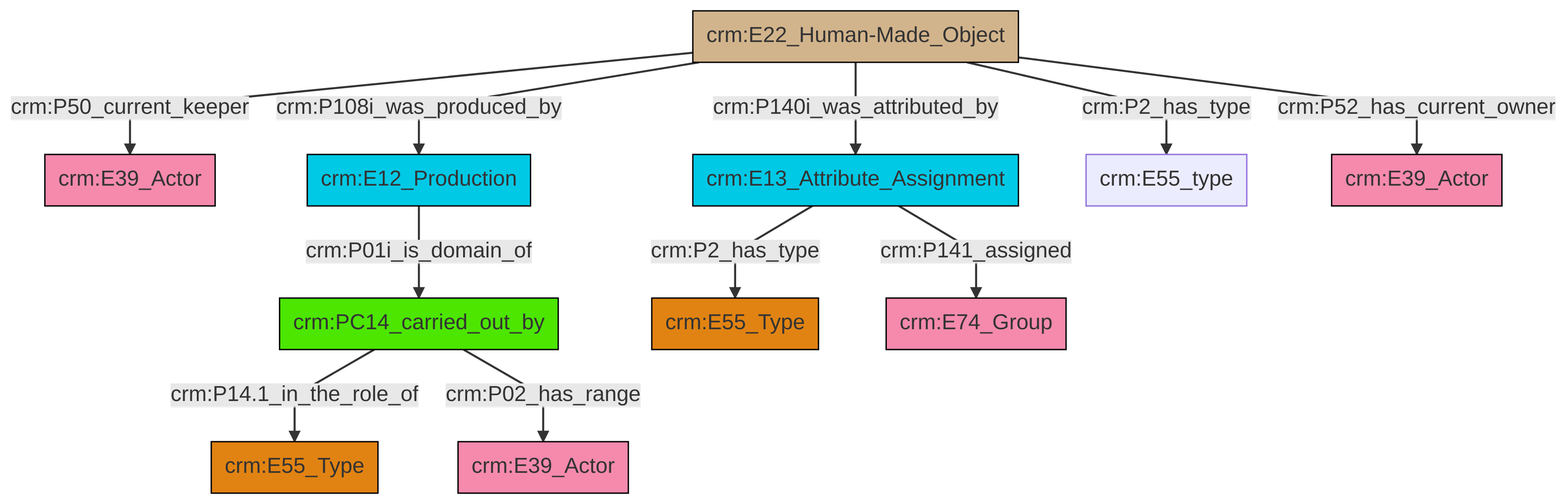
This is et/artworkCSV/ttl/mmd/png/Artwork_Actor_Relations.png from swiss-art-research-net/reference-data-models, a Mermaid export, as it was before one commit. Its source is kept beside it as et/artworkCSV/ttl/mmd/Artwork_Actor_Relations.ttl.mmd.
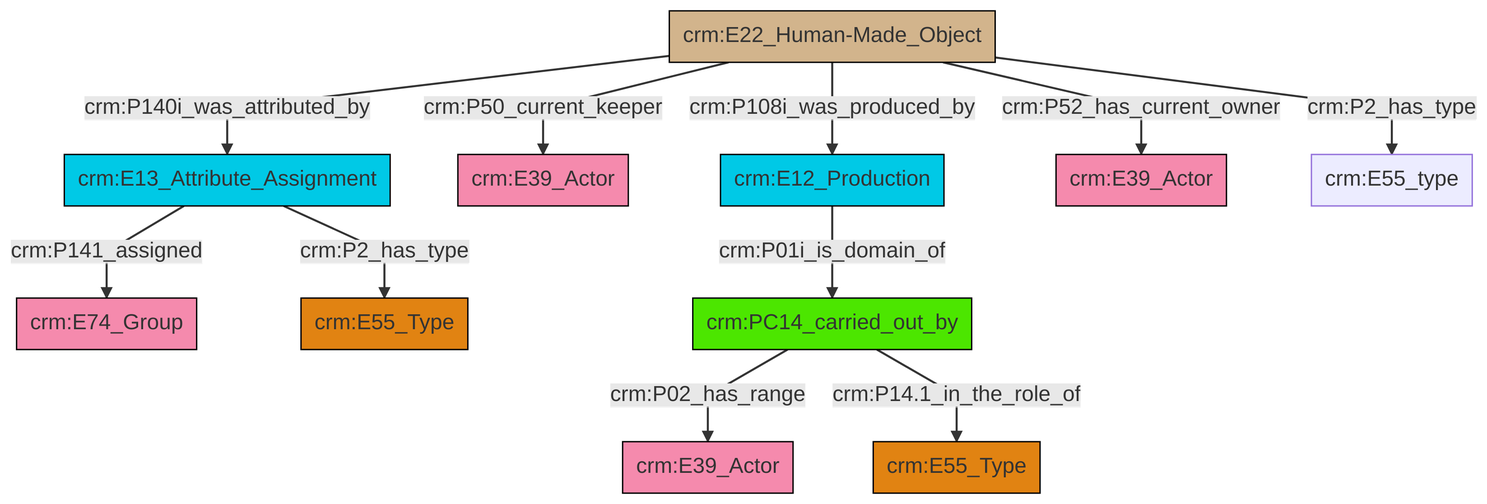
The same diagram one commit later.

What changed in the source:
```diff
@@ -13,13 +13,13 @@
 classDef PC_Classes fill:#4ce600, stroke:#000000;
 classDef Multi fill:#cccccc,stroke:#000000;
 
-0["crm:PC14_carried_out_by"]:::PC_Classes -->|crm:P14.1_in_the_role_of| 2["crm:E55_Type"]:::Type
-3["crm:E22_Human-Made_Object"]:::Physical_Thing -->|crm:P50_current_keeper| 4["crm:E39_Actor"]:::Actor
-3["crm:E22_Human-Made_Object"]:::Physical_Thing -->|crm:P108i_was_produced_by| 5["crm:E12_Production"]:::Temporal_Entity
-8["crm:E13_Attribute_Assignment"]:::Temporal_Entity -->|crm:P2_has_type| 9["crm:E55_Type"]:::Type
-8["crm:E13_Attribute_Assignment"]:::Temporal_Entity -->|crm:P141_assigned| 10["crm:E74_Group"]:::Actor
-5["crm:E12_Production"]:::Temporal_Entity -->|crm:P01i_is_domain_of| 0["crm:PC14_carried_out_by"]:::PC_Classes
-0["crm:PC14_carried_out_by"]:::PC_Classes -->|crm:P02_has_range| 11["crm:E39_Actor"]:::Actor
-3["crm:E22_Human-Made_Object"]:::Physical_Thing -->|crm:P2_has_type| 12["crm:E55_type"]:::Default
-3["crm:E22_Human-Made_Object"]:::Physical_Thing -->|crm:P52_has_current_owner| 14["crm:E39_Actor"]:::Actor
-3["crm:E22_Human-Made_Object"]:::Physical_Thing -->|crm:P140i_was_attributed_by| 8["crm:E13_Attribute_Assignment"]:::Temporal_Entity
+0["crm:E22_Human-Made_Object"]:::Physical_Thing -->|crm:P140i_was_attributed_by| 1["crm:E13_Attribute_Assignment"]:::Temporal_Entity
+1["crm:E13_Attribute_Assignment"]:::Temporal_Entity -->|crm:P141_assigned| 2["crm:E74_Group"]:::Actor
+0["crm:E22_Human-Made_Object"]:::Physical_Thing -->|crm:P50_current_keeper| 5["crm:E39_Actor"]:::Actor
+0["crm:E22_Human-Made_Object"]:::Physical_Thing -->|crm:P108i_was_produced_by| 11["crm:E12_Production"]:::Temporal_Entity
+11["crm:E12_Production"]:::Temporal_Entity -->|crm:P01i_is_domain_of| 3["crm:PC14_carried_out_by"]:::PC_Classes
+0["crm:E22_Human-Made_Object"]:::Physical_Thing -->|crm:P52_has_current_owner| 15["crm:E39_Actor"]:::Actor
+1["crm:E13_Attribute_Assignment"]:::Temporal_Entity -->|crm:P2_has_type| 9["crm:E55_Type"]:::Type
+0["crm:E22_Human-Made_Object"]:::Physical_Thing -->|crm:P2_has_type| 19["crm:E55_type"]:::Default
+3["crm:PC14_carried_out_by"]:::PC_Classes -->|crm:P02_has_range| 7["crm:E39_Actor"]:::Actor
+3["crm:PC14_carried_out_by"]:::PC_Classes -->|crm:P14.1_in_the_role_of| 12["crm:E55_Type"]:::Type
```
